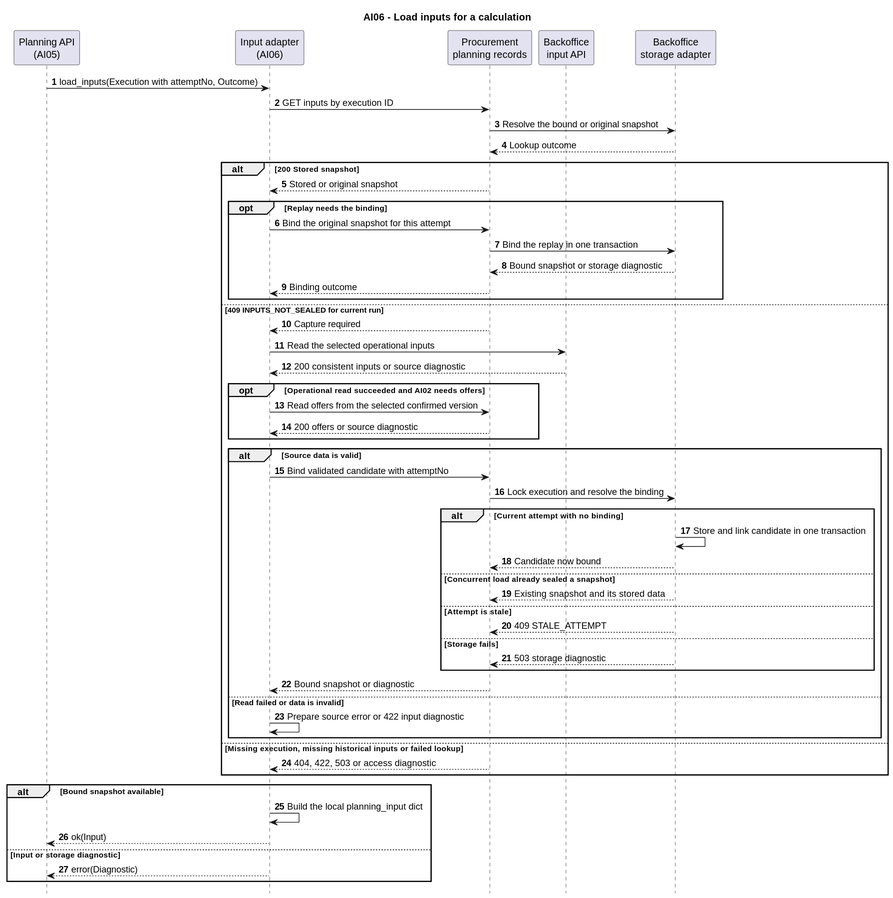
1240898/teste keeps this PlantUML diagram as docs/user_stories/ai/ai06/sequenceDiagram/sequence_diagram_load_planning_inputs.svg. Above is the earlier version.
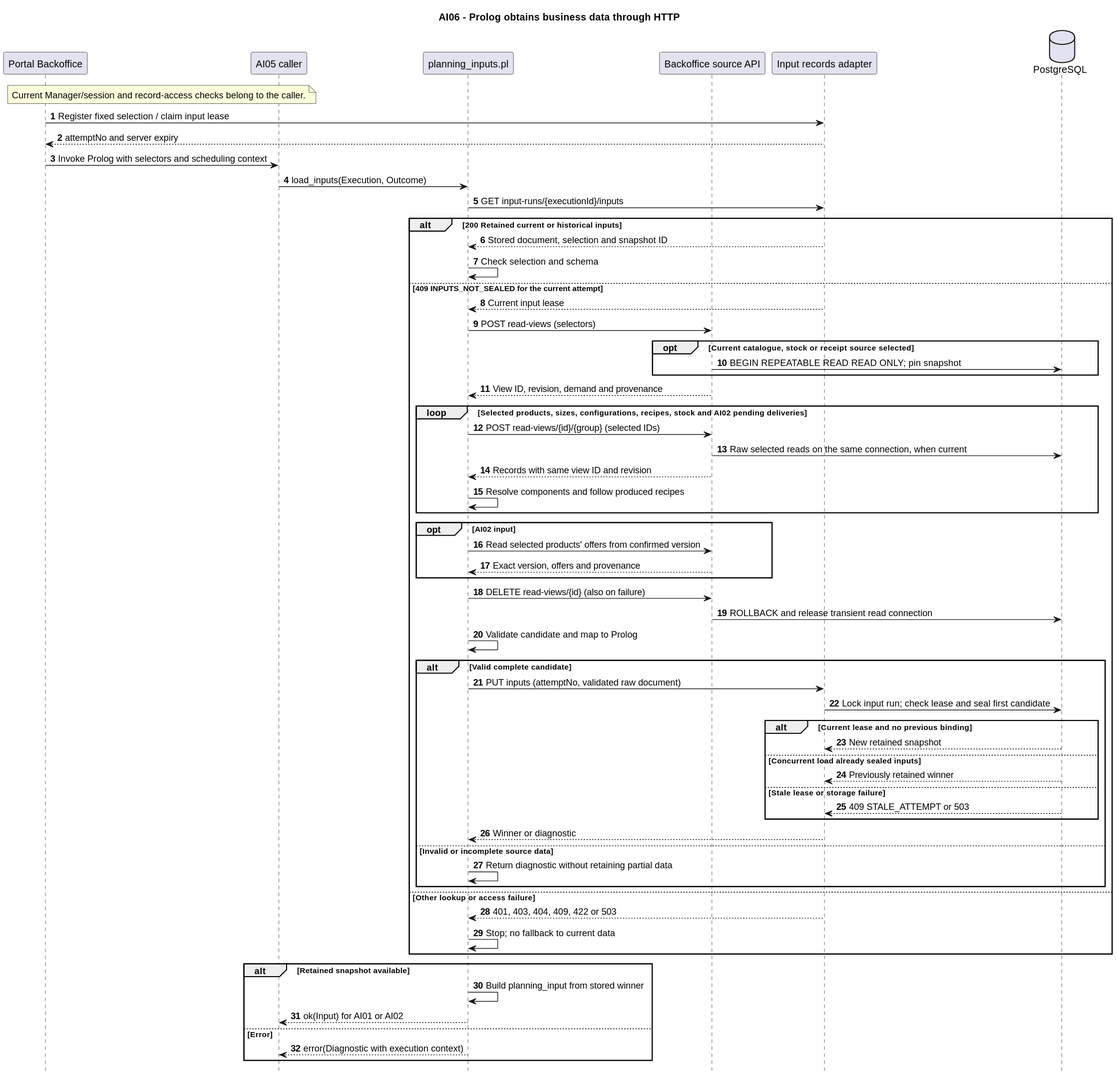
The same file after the commit.

The edit, as a diff of the source:
```diff
@@ -1,59 +1,66 @@
 @startuml
-title AI06 - Load inputs for a calculation
+title AI06 - Prolog obtains business data through HTTP
 autonumber
 hide footbox
 skinparam shadowing false
+participant "Portal Backoffice" as Portal
+participant "AI05 caller" as AI05
+participant "planning_inputs.pl" as AI06
+participant "Backoffice source API" as Sources
+participant "Input records adapter" as Records
+database "PostgreSQL" as DB
 
-participant "Planning API\n(AI05)" as AI05
-participant "Input adapter\n(AI06)" as Adapter
-participant "Procurement\nplanning records" as Records
-participant "Backoffice\ninput API" as Backoffice
-participant "Backoffice\nstorage adapter" as Storage
-
-AI05 -> Adapter : load_inputs(Execution with attemptNo, Outcome)
-Adapter -> Records : GET inputs by execution ID
-Records -> Storage : Resolve the bound or original snapshot
-Storage --> Records : Lookup outcome
-alt 200 Stored snapshot
-    Records --> Adapter : Stored or original snapshot
-    opt Replay needs the binding
-        Adapter -> Records : Bind the original snapshot for this attempt
-        Records -> Storage : Bind the replay in one transaction
-        Storage --> Records : Bound snapshot or storage diagnostic
-        Records --> Adapter : Binding outcome
+note over Portal,AI05 : Current Manager/session and record-access checks belong to the caller.
+Portal -> Records : Register fixed selection / claim input lease
+Records --> Portal : attemptNo and server expiry
+Portal -> AI05 : Invoke Prolog with selectors and scheduling context
+AI05 -> AI06 : load_inputs(Execution, Outcome)
+AI06 -> Records : GET input-runs/{executionId}/inputs
+alt 200 Retained current or historical inputs
+  Records --> AI06 : Stored document, selection and snapshot ID
+  AI06 -> AI06 : Check selection and schema
+else 409 INPUTS_NOT_SEALED for the current attempt
+  Records --> AI06 : Current input lease
+  AI06 -> Sources : POST read-views (selectors)
+  opt Current catalogue, stock or receipt source selected
+    Sources -> DB : BEGIN REPEATABLE READ READ ONLY; pin snapshot
+  end
+  Sources --> AI06 : View ID, revision, demand and provenance
+  loop Selected products, sizes, configurations, recipes, stock and AI02 pending deliveries
+    AI06 -> Sources : POST read-views/{id}/{group} (selected IDs)
+    Sources -> DB : Raw selected reads on the same connection, when current
+    Sources --> AI06 : Records with same view ID and revision
+    AI06 -> AI06 : Resolve components and follow produced recipes
+  end
+  opt AI02 input
+    AI06 -> Sources : Read selected products' offers from confirmed version
+    Sources --> AI06 : Exact version, offers and provenance
+  end
+  AI06 -> Sources : DELETE read-views/{id} (also on failure)
+  Sources -> DB : ROLLBACK and release transient read connection
+  AI06 -> AI06 : Validate candidate and map to Prolog
+  alt Valid complete candidate
+    AI06 -> Records : PUT inputs (attemptNo, validated raw document)
+    Records -> DB : Lock input run; check lease and seal first candidate
+    alt Current lease and no previous binding
+      DB --> Records : New retained snapshot
+    else Concurrent load already sealed inputs
+      DB --> Records : Previously retained winner
+    else Stale lease or storage failure
+      DB --> Records : 409 STALE_ATTEMPT or 503
     end
-else 409 INPUTS_NOT_SEALED for current run
-    Records --> Adapter : Capture required
-    Adapter -> Backoffice : Read the selected operational inputs
-    Backoffice --> Adapter : 200 consistent inputs or source diagnostic
-    opt Operational read succeeded and AI02 needs offers
-        Adapter -> Records : Read offers from the selected confirmed version
-        Records --> Adapter : 200 offers or source diagnostic
-    end
-    alt Source data is valid
-        Adapter -> Records : Bind validated candidate with attemptNo
-        Records -> Storage : Lock execution and resolve the binding
-        alt Current attempt with no binding
-            Storage -> Storage : Store and link candidate in one transaction
-            Storage --> Records : Candidate now bound
-        else Concurrent load already sealed a snapshot
-            Storage --> Records : Existing snapshot and its stored data
-        else Attempt is stale
-            Storage --> Records : 409 STALE_ATTEMPT
-        else Storage fails
-            Storage --> Records : 503 storage diagnostic
-        end
-        Records --> Adapter : Bound snapshot or diagnostic
-    else Read failed or data is invalid
-        Adapter -> Adapter : Prepare source error or 422 input diagnostic
-    end
-else Missing execution, missing historical inputs or failed lookup
-    Records --> Adapter : 404, 422, 503 or access diagnostic
+    Records --> AI06 : Winner or diagnostic
+  else Invalid or incomplete source data
+    AI06 -> AI06 : Return diagnostic without retaining partial data
+  end
+else Other lookup or access failure
+  Records --> AI06 : 401, 403, 404, 409, 422 or 503
+  AI06 -> AI06 : Stop; no fallback to current data
 end
-alt Bound snapshot available
-    Adapter -> Adapter : Build the local planning_input dict
-    Adapter --> AI05 : ok(Input)
-else Input or storage diagnostic
-    Adapter --> AI05 : error(Diagnostic)
+alt Retained snapshot available
+  AI06 -> AI06 : Build planning_input from stored winner
+  AI06 --> AI05 : ok(Input) for AI01 or AI02
+else Error
+  AI06 --> AI05 : error(Diagnostic with execution context)
 end
 @enduml
```
